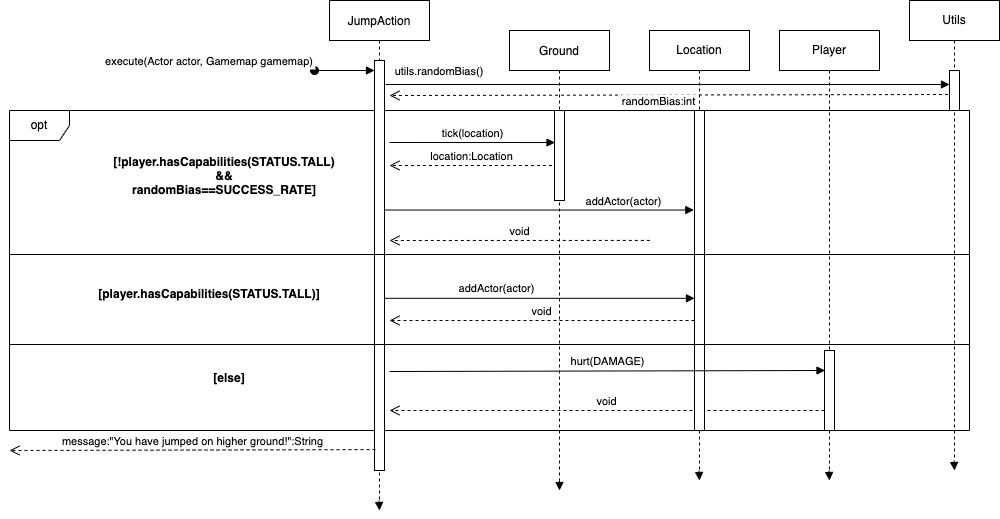
Before: design-docs/REQ2_sequencediagram.png, a diagram exported from draw.io (syedzubinhafiz/supermario). Source tidied: cells renumbered, new cells last; positions are measured from the earlier drawing's top-left corner, leaving out a move shared by most shapes.
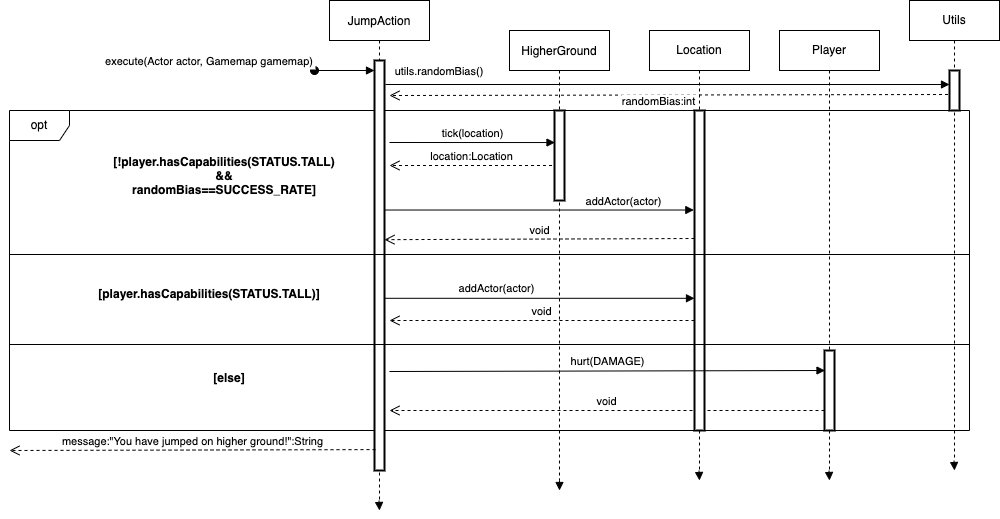
Later version of the same file.

Commit message:
updated sequence and class diagram for req2

Diff of the diagram source:
```diff
@@ -8,7 +8,7 @@
     <mxCell id="3" value="JumpAction" style="shape=umlLifeline;perimeter=lifelinePerimeter;rounded=0;shadow=0;strokeWidth=1;" parent="1" vertex="1">
       <mxGeometry x="320" width="100" height="500" as="geometry" />
     </mxCell>
-    <mxCell id="4" style="points=[];perimeter=orthogonalPerimeter;rounded=0;shadow=0;strokeWidth=1;" parent="3" vertex="1">
+    <mxCell id="4" style="points=[];perimeter=orthogonalPerimeter;rounded=0;shadow=0;strokeWidth=2;" parent="3" vertex="1">
       <mxGeometry x="45" y="60" width="10" height="410" as="geometry" />
     </mxCell>
     <mxCell id="5" value="execute(Actor actor, Gamemap gamemap)" style="verticalAlign=bottom;startArrow=oval;endArrow=block;startSize=8;shadow=0;strokeWidth=1;" parent="3" edge="1" target="4">
@@ -17,20 +17,15 @@
         <mxPoint x="-105" y="-105" as="offset" />
       </mxGeometry>
     </mxCell>
-    <mxCell id="6" value="void" style="html=1;verticalAlign=bottom;endArrow=open;dashed=1;endSize=8;rounded=0;exitX=0.667;exitY=0.406;exitDx=0;exitDy=0;exitPerimeter=0;" parent="3" edge="1" source="2">
-      <mxGeometry relative="1" as="geometry">
-        <mxPoint x="60" y="240" as="targetPoint" />
-      </mxGeometry>
-    </mxCell>
     <mxCell id="7" value="void" style="html=1;verticalAlign=bottom;endArrow=open;dashed=1;endSize=8;rounded=0;" parent="3" edge="1" source="16">
       <mxGeometry relative="1" as="geometry">
         <mxPoint x="60" y="410" as="targetPoint" />
       </mxGeometry>
     </mxCell>
-    <mxCell id="8" value="Ground" style="shape=umlLifeline;perimeter=lifelinePerimeter;rounded=0;shadow=0;strokeWidth=1;" parent="1" vertex="1">
+    <mxCell id="8" value="HigherGround" style="shape=umlLifeline;perimeter=lifelinePerimeter;rounded=0;shadow=0;strokeWidth=1;" parent="1" vertex="1">
       <mxGeometry x="500" y="30" width="100" height="450" as="geometry" />
     </mxCell>
-    <mxCell id="9" style="points=[];perimeter=orthogonalPerimeter;rounded=0;shadow=0;strokeWidth=1;" parent="8" vertex="1">
+    <mxCell id="9" style="points=[];perimeter=orthogonalPerimeter;rounded=0;shadow=0;strokeWidth=2;" parent="8" vertex="1">
       <mxGeometry x="45" y="80" width="10" height="90" as="geometry" />
     </mxCell>
     <mxCell id="10" value="[!player.hasCapabilities(STATUS.TALL)&#10;&amp;&amp;&#10;randomBias==SUCCESS_RATE]" style="text;align=center;fontStyle=1;verticalAlign=middle;spacingLeft=3;spacingRight=3;strokeColor=none;" parent="1" vertex="1">
@@ -39,7 +34,7 @@
     <mxCell id="11" value="Location" style="shape=umlLifeline;perimeter=lifelinePerimeter;whiteSpace=wrap;html=1;outlineConnect=0;" parent="1" vertex="1">
       <mxGeometry x="640" y="30" width="100" height="440" as="geometry" />
     </mxCell>
-    <mxCell id="12" style="html=1;points=[];perimeter=orthogonalPerimeter;" parent="11" vertex="1">
+    <mxCell id="12" style="html=1;points=[];perimeter=orthogonalPerimeter;strokeWidth=2;" parent="11" vertex="1">
       <mxGeometry x="45" y="80" width="10" height="320" as="geometry" />
     </mxCell>
     <mxCell id="13" value="location:Location" style="html=1;verticalAlign=bottom;endArrow=open;dashed=1;endSize=8;rounded=0;exitX=-0.25;exitY=0.611;exitDx=0;exitDy=0;exitPerimeter=0;" parent="1" edge="1" source="9">
@@ -55,7 +50,7 @@
     <mxCell id="15" value="Player" style="shape=umlLifeline;perimeter=lifelinePerimeter;whiteSpace=wrap;html=1;outlineConnect=0;" parent="1" vertex="1">
       <mxGeometry x="770" y="30" width="100" height="440" as="geometry" />
     </mxCell>
-    <mxCell id="16" style="html=1;points=[];perimeter=orthogonalPerimeter;" parent="15" vertex="1">
+    <mxCell id="16" style="html=1;points=[];perimeter=orthogonalPerimeter;strokeWidth=2;" parent="15" vertex="1">
       <mxGeometry x="45" y="320" width="10" height="80" as="geometry" />
     </mxCell>
     <mxCell id="17" style="line;strokeWidth=1;fillColor=none;align=left;verticalAlign=middle;spacingTop=-1;spacingLeft=3;spacingRight=3;labelPosition=right;" parent="1" vertex="1">
@@ -70,7 +65,7 @@
     <mxCell id="20" value="Utils" style="shape=umlLifeline;perimeter=lifelinePerimeter;whiteSpace=wrap;html=1;outlineConnect=0;" parent="1" vertex="1">
       <mxGeometry x="900" width="90" height="460" as="geometry" />
     </mxCell>
-    <mxCell id="21" style="html=1;points=[];perimeter=orthogonalPerimeter;" parent="20" vertex="1">
+    <mxCell id="21" style="html=1;points=[];perimeter=orthogonalPerimeter;strokeWidth=2;" parent="20" vertex="1">
       <mxGeometry x="40" y="70" width="10" height="40" as="geometry" />
     </mxCell>
     <mxCell id="22" value="[else]" style="text;align=center;fontStyle=1;verticalAlign=middle;spacingLeft=3;spacingRight=3;strokeColor=none;" parent="1" vertex="1">
@@ -134,5 +129,8 @@
         <mxPoint x="945" y="470" as="targetPoint" />
       </mxGeometry>
     </mxCell>
+    <mxCell id="6" value="void" style="html=1;verticalAlign=bottom;endArrow=open;dashed=1;endSize=8;rounded=0;entryX=1;entryY=0.437;entryDx=0;entryDy=0;entryPerimeter=0;exitX=0;exitY=0.4;exitDx=0;exitDy=0;exitPerimeter=0;" parent="1" edge="1" source="12" target="4">
+      <mxGeometry relative="1" as="geometry" />
+    </mxCell>
   </root>
 </mxGraphModel>
```
